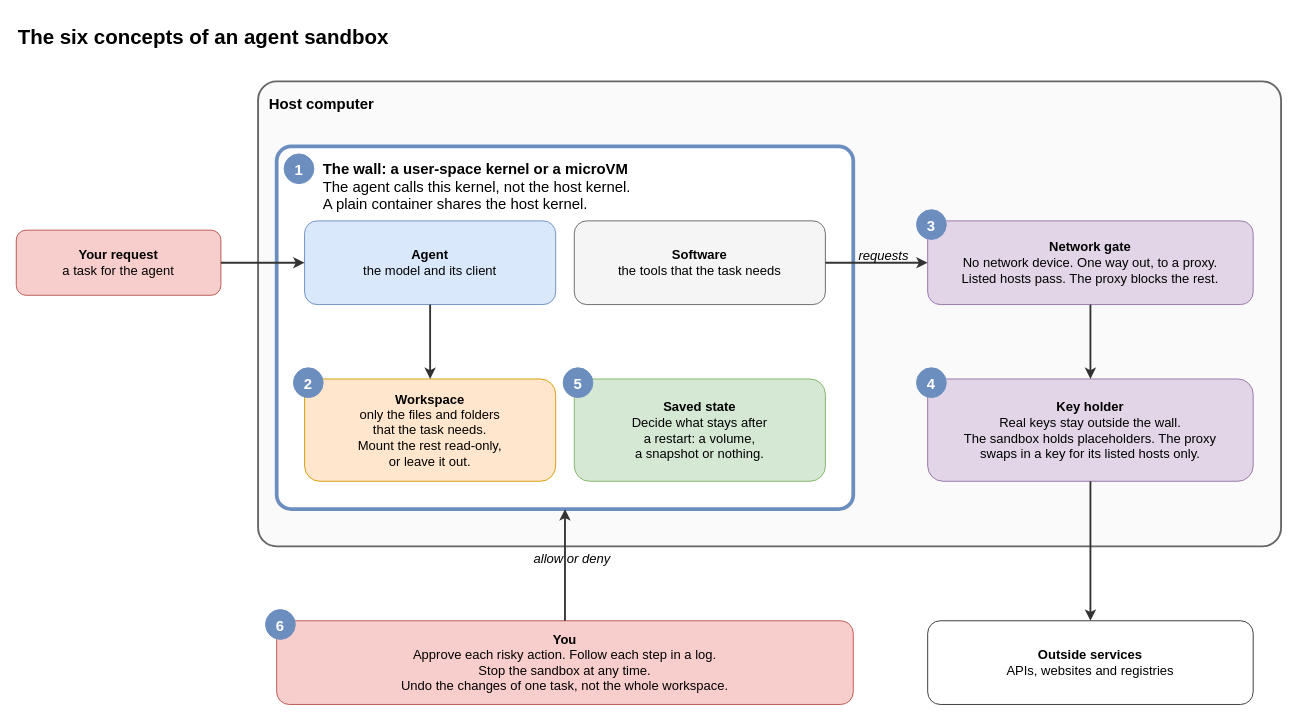
Before: .sandbox/docs/diagrams/concepts.drawio in raghav19/engineersdaybook, a draw.io diagram. Source tidied: cells renumbered, new cells numbered last; positions are measured from the earlier drawing's top-left corner, leaving out a move shared by most shapes. Both pictures are drawn from the tidied source at 93%, with x=0, y=0 at pixel (16, 16).
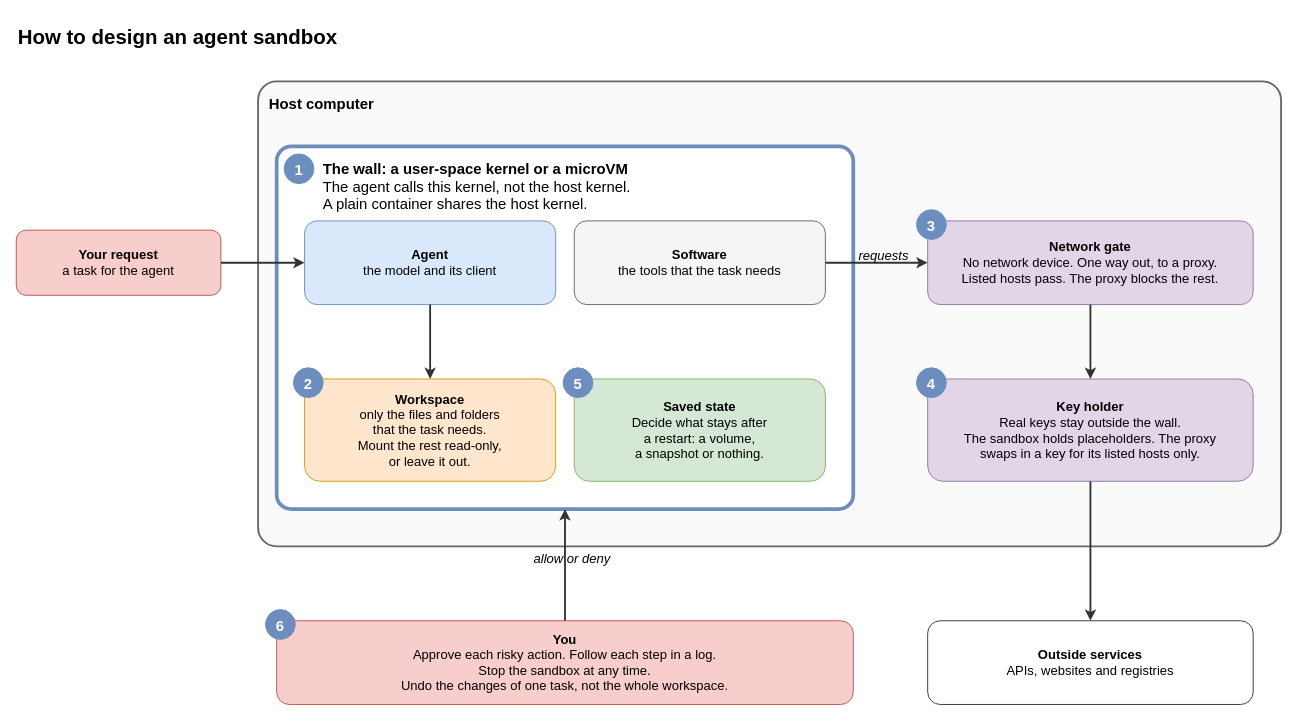
After the change.

Commit message (it also covers changes not shown here):
sandbox: add real agent incidents and references to the README and the post (#374)

The edit, as a diff of the source:
```diff
@@
-    <mxCell id="2" value="The six concepts of an agent sandbox" style="text;html=0;fontSize=22;fontStyle=1;align=left;verticalAlign=middle;" parent="1" vertex="1">
+    <mxCell id="2" value="How to design an agent sandbox" style="text;html=0;fontSize=22;fontStyle=1;align=left;verticalAlign=middle;" parent="1" vertex="1">
       <mxGeometry width="700" height="40" as="geometry" />
     </mxCell>
```
